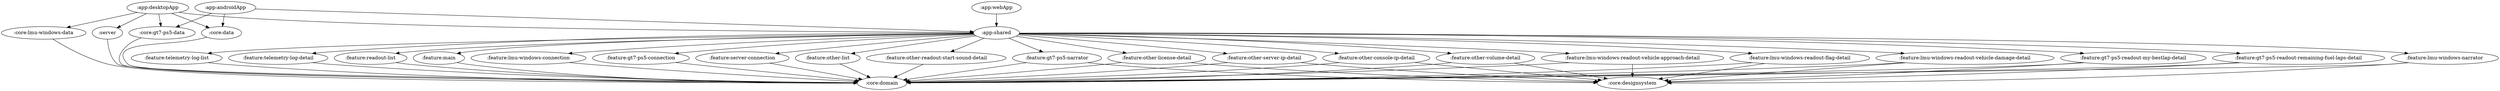
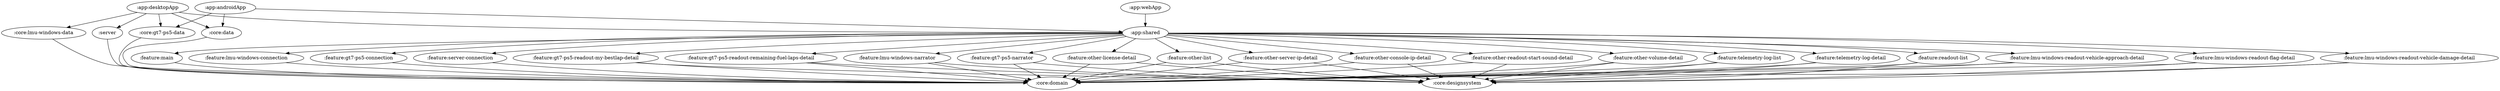
digraph G {
  rankdir=TB
  ":server" -> ":core:domain"
  ":app:androidApp" -> ":app:shared"
  ":app:androidApp" -> ":core:data"
  ":app:androidApp" -> ":core:gt7-ps5-data"
  ":app:desktopApp" -> ":app:shared"
  ":app:desktopApp" -> ":core:data"
  ":app:desktopApp" -> ":core:lmu-windows-data"
  ":app:desktopApp" -> ":core:gt7-ps5-data"
  ":app:desktopApp" -> ":server"
  ":app:shared" -> ":feature:main"
  ":app:shared" -> ":feature:lmu-windows-connection"
  ":app:shared" -> ":feature:gt7-ps5-connection"
  ":app:shared" -> ":feature:server-connection"
  ":app:shared" -> ":feature:lmu-windows-narrator"
  ":app:shared" -> ":feature:gt7-ps5-narrator"
  ":app:shared" -> ":feature:other-license-detail"
  ":app:shared" -> ":feature:other-list"
  ":app:shared" -> ":feature:other-server-ip-detail"
  ":app:shared" -> ":feature:other-console-ip-detail"
  ":app:shared" -> ":feature:other-readout-start-sound-detail"
  ":app:shared" -> ":feature:other-volume-detail"
  ":app:shared" -> ":feature:telemetry-log-list"
  ":app:shared" -> ":feature:telemetry-log-detail"
  ":app:shared" -> ":feature:readout-list"
  ":app:shared" -> ":feature:lmu-windows-readout-vehicle-approach-detail"
  ":app:shared" -> ":feature:lmu-windows-readout-flag-detail"
  ":app:shared" -> ":feature:lmu-windows-readout-vehicle-damage-detail"
  ":app:shared" -> ":feature:gt7-ps5-readout-my-bestlap-detail"
  ":app:shared" -> ":feature:gt7-ps5-readout-remaining-fuel-laps-detail"
  ":app:webApp" -> ":app:shared"
  ":core:data" -> ":core:domain"
  ":core:gt7-ps5-data" -> ":core:domain"
  ":core:lmu-windows-data" -> ":core:domain"
  ":feature:gt7-ps5-connection" -> ":core:domain"
  ":feature:gt7-ps5-narrator" -> ":core:domain"
  ":feature:gt7-ps5-narrator" -> ":core:designsystem"
  ":feature:gt7-ps5-readout-my-bestlap-detail" -> ":core:domain"
  ":feature:gt7-ps5-readout-my-bestlap-detail" -> ":core:designsystem"
  ":feature:gt7-ps5-readout-remaining-fuel-laps-detail" -> ":core:domain"
  ":feature:gt7-ps5-readout-remaining-fuel-laps-detail" -> ":core:designsystem"
  ":feature:lmu-windows-connection" -> ":core:domain"
  ":feature:lmu-windows-narrator" -> ":core:domain"
  ":feature:lmu-windows-narrator" -> ":core:designsystem"
  ":feature:lmu-windows-readout-flag-detail" -> ":core:domain"
  ":feature:lmu-windows-readout-flag-detail" -> ":core:designsystem"
  ":feature:lmu-windows-readout-vehicle-approach-detail" -> ":core:domain"
  ":feature:lmu-windows-readout-vehicle-approach-detail" -> ":core:designsystem"
  ":feature:lmu-windows-readout-vehicle-damage-detail" -> ":core:domain"
  ":feature:lmu-windows-readout-vehicle-damage-detail" -> ":core:designsystem"
  ":feature:main" -> ":core:domain"
  ":feature:other-console-ip-detail" -> ":core:domain"
  ":feature:other-console-ip-detail" -> ":core:designsystem"
  ":feature:other-license-detail" -> ":core:domain"
  ":feature:other-license-detail" -> ":core:designsystem"
  ":feature:other-list" -> ":core:domain"
+   ":feature:other-list" -> ":core:designsystem"
  ":feature:other-readout-start-sound-detail" -> ":core:domain"
+   ":feature:other-readout-start-sound-detail" -> ":core:designsystem"
  ":feature:other-server-ip-detail" -> ":core:domain"
  ":feature:other-server-ip-detail" -> ":core:designsystem"
  ":feature:other-volume-detail" -> ":core:domain"
  ":feature:other-volume-detail" -> ":core:designsystem"
  ":feature:readout-list" -> ":core:domain"
+   ":feature:readout-list" -> ":core:designsystem"
  ":feature:server-connection" -> ":core:domain"
  ":feature:telemetry-log-detail" -> ":core:domain"
+   ":feature:telemetry-log-detail" -> ":core:designsystem"
  ":feature:telemetry-log-list" -> ":core:domain"
+   ":feature:telemetry-log-list" -> ":core:designsystem"
}